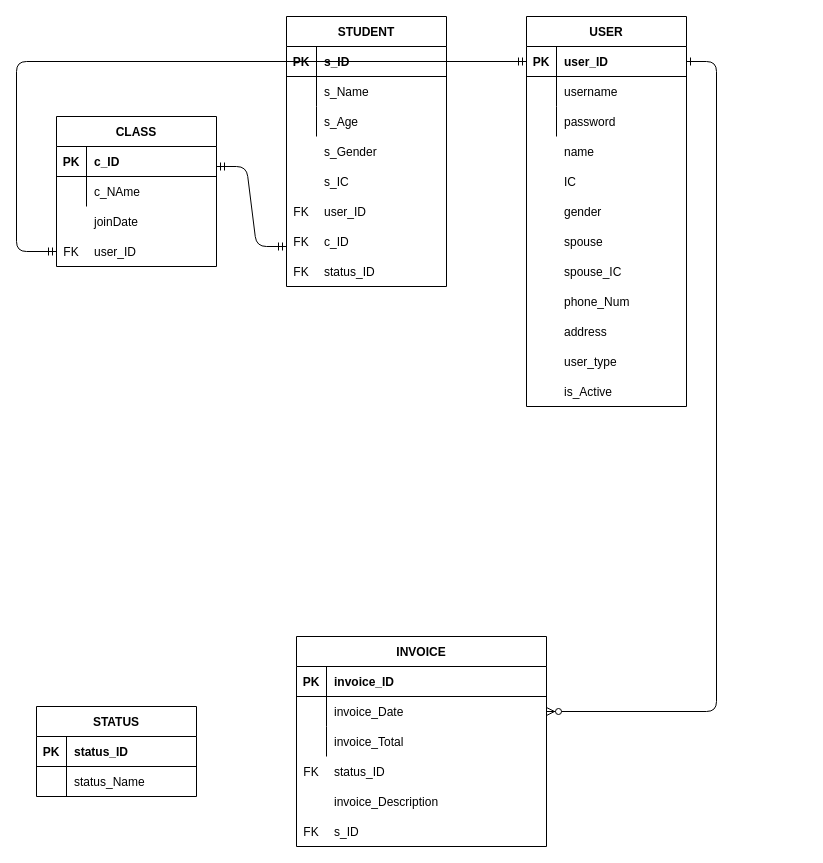
This is Untitled Diagram.drawio from aqilanwar/kindergarten, a draw.io file, before an edit. Source tidied: cells renumbered, new cells numbered last; positions are measured from the earlier drawing's top-left corner, leaving out a move shared by most shapes. Both pictures are drawn from the tidied source at 100%, with x=0, y=0 at pixel (16, 16).
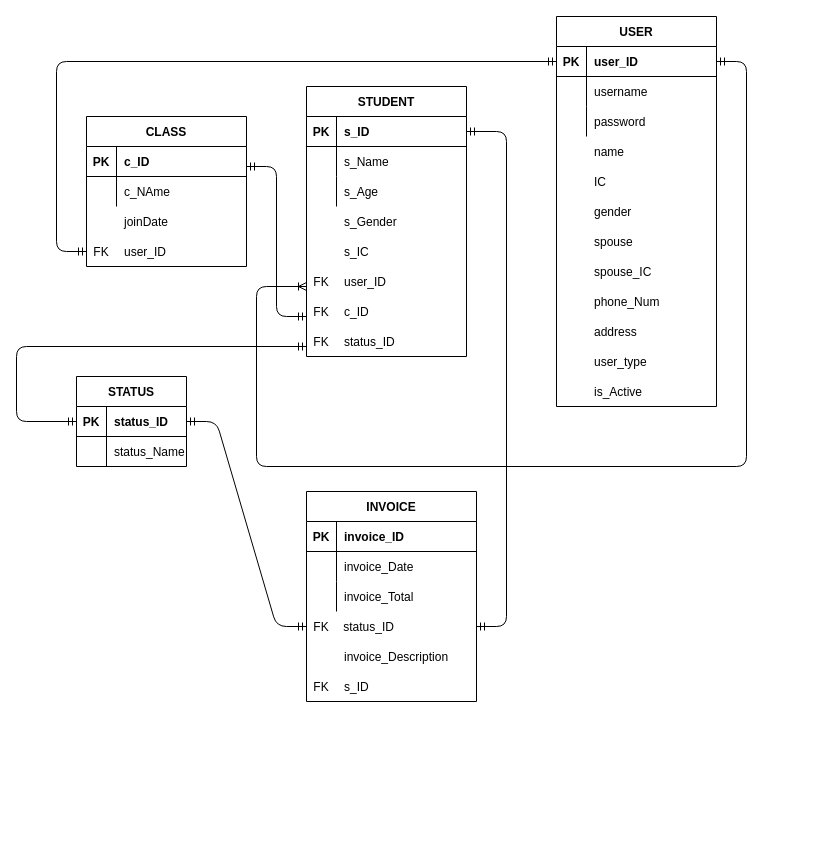
Above is the later version.

The change refers to these unchanged cells:
```xml
<mxCell id="4" style="shape=partialRectangle;fillColor=none;points=[[0,0.5],[1,0.5]];portConstraint=eastwest;top=0;left=0;right=0;bottom=1;" parent="3" vertex="1">
  <mxGeometry y="30" width="160" height="30" as="geometry" />
</mxCell>
<mxCell id="54" style="shape=partialRectangle;fillColor=none;points=[[0,0.5],[1,0.5]];portConstraint=eastwest;top=0;left=0;right=0;bottom=1;" parent="53" vertex="1">
  <mxGeometry y="30" width="160" height="30" as="geometry" />
</mxCell>
```

Change to the diagram source:
```diff
@@
-    <mxCell id="2" style="edgeStyle=entityRelationEdgeStyle;endArrow=ERzeroToMany;startArrow=ERone;endFill=1;startFill=0;" parent="1" edge="1" source="4" target="17">
-      <mxGeometry relative="1" as="geometry" />
-    </mxCell>
     <mxCell id="3" value="USER" style="shape=table;startSize=30;childLayout=tableLayout;rowLines=0;fontStyle=1;align=center;" parent="1" vertex="1">
-      <mxGeometry x="510" width="160" height="390" as="geometry" />
+      <mxGeometry x="540" width="160" height="390" as="geometry" />
     </mxCell>
@@
     <mxCell id="13" value="INVOICE" style="shape=table;startSize=30;childLayout=tableLayout;rowLines=0;fontStyle=1;align=center;" parent="1" vertex="1">
-      <mxGeometry x="280" y="620" width="250" height="210" as="geometry" />
+      <mxGeometry x="290" y="475" width="170" height="210" as="geometry" />
     </mxCell>
     <mxCell id="14" style="shape=partialRectangle;fillColor=none;top=0;left=0;right=0;bottom=1;" parent="13" vertex="1">
-      <mxGeometry y="30" width="250" height="30" as="geometry" />
+      <mxGeometry y="30" width="170" height="30" as="geometry" />
     </mxCell>
@@
     <mxCell id="16" value="invoice_ID" style="shape=partialRectangle;overflow=hidden;fillColor=none;top=0;left=0;bottom=0;right=0;align=left;spacingLeft=6;fontStyle=1;" parent="14" vertex="1">
-      <mxGeometry x="30" width="220" height="30" as="geometry" />
+      <mxGeometry x="30" width="140" height="30" as="geometry" />
     </mxCell>
     <mxCell id="17" style="shape=partialRectangle;fillColor=none;points=[[0,0.5],[1,0.5]];portConstraint=eastwest;top=0;left=0;right=0;bottom=0;" parent="13" vertex="1">
-      <mxGeometry y="60" width="250" height="30" as="geometry" />
+      <mxGeometry y="60" width="170" height="30" as="geometry" />
     </mxCell>
@@
     <mxCell id="19" value="invoice_Date" style="shape=partialRectangle;overflow=hidden;fillColor=none;top=0;left=0;bottom=0;right=0;align=left;spacingLeft=6;" parent="17" vertex="1">
-      <mxGeometry x="30" width="220" height="30" as="geometry" />
+      <mxGeometry x="30" width="140" height="30" as="geometry" />
     </mxCell>
     <mxCell id="20" style="shape=partialRectangle;fillColor=none;top=0;left=0;right=0;bottom=0;" parent="13" vertex="1">
-      <mxGeometry y="90" width="250" height="30" as="geometry" />
+      <mxGeometry y="90" width="170" height="30" as="geometry" />
     </mxCell>
@@
     <mxCell id="22" value="invoice_Total" style="shape=partialRectangle;overflow=hidden;fillColor=none;top=0;left=0;bottom=0;right=0;align=left;spacingLeft=6;" parent="20" vertex="1">
-      <mxGeometry x="30" width="220" height="30" as="geometry" />
+      <mxGeometry x="30" width="140" height="30" as="geometry" />
     </mxCell>
     <mxCell id="23" value="CLASS" style="shape=table;startSize=30;childLayout=tableLayout;rowLines=0;fontStyle=1;align=center;" parent="1" vertex="1">
-      <mxGeometry x="40" y="100" width="160" height="150" as="geometry" />
+      <mxGeometry x="70" y="100" width="160" height="150" as="geometry" />
     </mxCell>
@@
     <mxCell id="30" value="joinDate" style="shape=partialRectangle;overflow=hidden;fillColor=none;top=0;left=0;bottom=0;right=0;align=left;spacingLeft=6;" parent="1" vertex="1">
-      <mxGeometry x="70" y="190" width="220" height="30" as="geometry" />
+      <mxGeometry x="100" y="190" width="220" height="30" as="geometry" />
     </mxCell>
     <mxCell id="31" value="user_ID" style="shape=partialRectangle;overflow=hidden;fillColor=none;top=0;left=0;bottom=0;right=0;align=left;spacingLeft=6;" parent="1" vertex="1">
-      <mxGeometry x="70" y="220" width="220" height="30" as="geometry" />
+      <mxGeometry x="100" y="220" width="220" height="30" as="geometry" />
     </mxCell>
     <mxCell id="32" value="FK" style="shape=partialRectangle;overflow=hidden;fillColor=none;top=0;left=0;bottom=0;right=0;fontStyle=0;" parent="1" vertex="1">
-      <mxGeometry x="40" y="220" width="30" height="30" as="geometry" />
+      <mxGeometry x="70" y="220" width="30" height="30" as="geometry" />
     </mxCell>
     <mxCell id="33" value="name" style="shape=partialRectangle;overflow=hidden;fillColor=none;top=0;left=0;bottom=0;right=0;align=left;spacingLeft=6;" parent="1" vertex="1">
-      <mxGeometry x="540" y="120" width="220" height="30" as="geometry" />
+      <mxGeometry x="570" y="120" width="130" height="30" as="geometry" />
     </mxCell>
     <mxCell id="34" value="IC" style="shape=partialRectangle;overflow=hidden;fillColor=none;top=0;left=0;bottom=0;right=0;align=left;spacingLeft=6;" parent="1" vertex="1">
-      <mxGeometry x="540" y="150" width="220" height="30" as="geometry" />
+      <mxGeometry x="570" y="150" width="220" height="30" as="geometry" />
     </mxCell>
     <mxCell id="35" value="gender" style="shape=partialRectangle;overflow=hidden;fillColor=none;top=0;left=0;bottom=0;right=0;align=left;spacingLeft=6;" parent="1" vertex="1">
-      <mxGeometry x="540" y="180" width="220" height="30" as="geometry" />
+      <mxGeometry x="570" y="180" width="130" height="30" as="geometry" />
     </mxCell>
     <mxCell id="36" value="spouse" style="shape=partialRectangle;overflow=hidden;fillColor=none;top=0;left=0;bottom=0;right=0;align=left;spacingLeft=6;" parent="1" vertex="1">
-      <mxGeometry x="540" y="210" width="220" height="30" as="geometry" />
+      <mxGeometry x="570" y="210" width="110" height="30" as="geometry" />
     </mxCell>
     <mxCell id="37" value="spouse_IC" style="shape=partialRectangle;overflow=hidden;fillColor=none;top=0;left=0;bottom=0;right=0;align=left;spacingLeft=6;" parent="1" vertex="1">
-      <mxGeometry x="540" y="240" width="220" height="30" as="geometry" />
+      <mxGeometry x="570" y="240" width="130" height="30" as="geometry" />
     </mxCell>
     <mxCell id="38" value="phone_Num" style="shape=partialRectangle;overflow=hidden;fillColor=none;top=0;left=0;bottom=0;right=0;align=left;spacingLeft=6;" parent="1" vertex="1">
-      <mxGeometry x="540" y="270" width="220" height="30" as="geometry" />
+      <mxGeometry x="570" y="270" width="130" height="30" as="geometry" />
     </mxCell>
     <mxCell id="39" value="address" style="shape=partialRectangle;overflow=hidden;fillColor=none;top=0;left=0;bottom=0;right=0;align=left;spacingLeft=6;" parent="1" vertex="1">
-      <mxGeometry x="540" y="300" width="220" height="30" as="geometry" />
+      <mxGeometry x="570" y="300" width="220" height="30" as="geometry" />
     </mxCell>
     <mxCell id="40" value="user_type" style="shape=partialRectangle;overflow=hidden;fillColor=none;top=0;left=0;bottom=0;right=0;align=left;spacingLeft=6;" parent="1" vertex="1">
-      <mxGeometry x="540" y="330" width="220" height="30" as="geometry" />
+      <mxGeometry x="570" y="330" width="130" height="30" as="geometry" />
     </mxCell>
     <mxCell id="41" value="is_Active" style="shape=partialRectangle;overflow=hidden;fillColor=none;top=0;left=0;bottom=0;right=0;align=left;spacingLeft=6;" parent="1" vertex="1">
-      <mxGeometry x="540" y="360" width="220" height="30" as="geometry" />
+      <mxGeometry x="570" y="360" width="130" height="30" as="geometry" />
     </mxCell>
     <mxCell id="42" style="shape=partialRectangle;fillColor=none;points=[[0,0.5],[1,0.5]];portConstraint=eastwest;top=0;left=0;right=0;bottom=0;" parent="1" vertex="1">
-      <mxGeometry x="280" y="740" width="250" height="30" as="geometry" />
+      <mxGeometry x="300" y="595" width="160" height="30" as="geometry" />
     </mxCell>
     <mxCell id="43" style="shape=partialRectangle;overflow=hidden;fillColor=none;top=0;left=0;bottom=0;right=0;" parent="42" vertex="1">
-      <mxGeometry width="30" height="30" as="geometry" />
+      <mxGeometry width="19.2" height="30" as="geometry" />
     </mxCell>
     <mxCell id="44" value="status_ID" style="shape=partialRectangle;overflow=hidden;fillColor=none;top=0;left=0;bottom=0;right=0;align=left;spacingLeft=6;" parent="42" vertex="1">
-      <mxGeometry x="30" width="220" height="30" as="geometry" />
+      <mxGeometry x="19.2" width="140.8" height="30" as="geometry" />
     </mxCell>
     <mxCell id="45" style="shape=partialRectangle;fillColor=none;top=0;left=0;right=0;bottom=0;" parent="1" vertex="1">
-      <mxGeometry x="280" y="770" width="250" height="30" as="geometry" />
+      <mxGeometry x="290" y="625" width="250" height="30" as="geometry" />
     </mxCell>
@@
     <mxCell id="48" style="shape=partialRectangle;fillColor=none;top=0;left=0;right=0;bottom=0;" parent="1" vertex="1">
-      <mxGeometry x="280" y="800" width="250" height="30" as="geometry" />
+      <mxGeometry x="290" y="655" width="250" height="30" as="geometry" />
     </mxCell>
@@
     <mxCell id="51" value="FK" style="shape=partialRectangle;overflow=hidden;fillColor=none;top=0;left=0;bottom=0;right=0;" parent="1" vertex="1">
-      <mxGeometry x="280" y="800" width="30" height="30" as="geometry" />
+      <mxGeometry x="290" y="655" width="30" height="30" as="geometry" />
     </mxCell>
     <mxCell id="52" value="FK" style="shape=partialRectangle;overflow=hidden;fillColor=none;top=0;left=0;bottom=0;right=0;" parent="1" vertex="1">
-      <mxGeometry x="280" y="740" width="30" height="30" as="geometry" />
+      <mxGeometry x="290" y="595" width="30" height="30" as="geometry" />
     </mxCell>
     <mxCell id="53" value="STUDENT" style="shape=table;startSize=30;childLayout=tableLayout;rowLines=0;fontStyle=1;align=center;" parent="1" vertex="1">
-      <mxGeometry x="270" width="160" height="270" as="geometry" />
+      <mxGeometry x="290" y="70" width="160" height="270" as="geometry" />
     </mxCell>
@@
     <mxCell id="63" value="s_Gender" style="shape=partialRectangle;overflow=hidden;fillColor=none;top=0;left=0;bottom=0;right=0;align=left;spacingLeft=6;" parent="1" vertex="1">
-      <mxGeometry x="300" y="120" width="130" height="30" as="geometry" />
+      <mxGeometry x="320" y="190" width="130" height="30" as="geometry" />
     </mxCell>
     <mxCell id="64" value="s_IC" style="shape=partialRectangle;overflow=hidden;fillColor=none;top=0;left=0;bottom=0;right=0;align=left;spacingLeft=6;" parent="1" vertex="1">
-      <mxGeometry x="300" y="150" width="130" height="30" as="geometry" />
+      <mxGeometry x="320" y="220" width="130" height="30" as="geometry" />
     </mxCell>
     <mxCell id="65" value="user_ID" style="shape=partialRectangle;overflow=hidden;fillColor=none;top=0;left=0;bottom=0;right=0;align=left;spacingLeft=6;" parent="1" vertex="1">
-      <mxGeometry x="300" y="180" width="220" height="30" as="geometry" />
+      <mxGeometry x="320" y="250" width="220" height="30" as="geometry" />
     </mxCell>
     <mxCell id="66" value="c_ID" style="shape=partialRectangle;overflow=hidden;fillColor=none;top=0;left=0;bottom=0;right=0;align=left;spacingLeft=6;" parent="1" vertex="1">
-      <mxGeometry x="300" y="210" width="220" height="30" as="geometry" />
+      <mxGeometry x="320" y="280" width="220" height="30" as="geometry" />
     </mxCell>
     <mxCell id="67" value="status_ID" style="shape=partialRectangle;overflow=hidden;fillColor=none;top=0;left=0;bottom=0;right=0;align=left;spacingLeft=6;" parent="1" vertex="1">
-      <mxGeometry x="300" y="240" width="220" height="30" as="geometry" />
+      <mxGeometry x="320" y="310" width="220" height="30" as="geometry" />
     </mxCell>
     <mxCell id="68" value="FK" style="shape=partialRectangle;overflow=hidden;fillColor=none;top=0;left=0;bottom=0;right=0;" parent="1" vertex="1">
-      <mxGeometry x="270" y="240" width="30" height="30" as="geometry" />
+      <mxGeometry x="290" y="310" width="30" height="30" as="geometry" />
     </mxCell>
     <mxCell id="69" value="FK" style="shape=partialRectangle;overflow=hidden;fillColor=none;top=0;left=0;bottom=0;right=0;" parent="1" vertex="1">
-      <mxGeometry x="270" y="180" width="30" height="30" as="geometry" />
+      <mxGeometry x="290" y="250" width="30" height="30" as="geometry" />
     </mxCell>
     <mxCell id="70" value="FK" style="shape=partialRectangle;overflow=hidden;fillColor=none;top=0;left=0;bottom=0;right=0;" parent="1" vertex="1">
-      <mxGeometry x="270" y="210" width="30" height="30" as="geometry" />
+      <mxGeometry x="290" y="280" width="30" height="30" as="geometry" />
     </mxCell>
     <mxCell id="71" value="STATUS" style="shape=table;startSize=30;childLayout=tableLayout;rowLines=0;fontStyle=1;align=center;" parent="1" vertex="1">
-      <mxGeometry x="20" y="690" width="160" height="90" as="geometry" />
+      <mxGeometry x="60" y="360" width="110" height="90" as="geometry" />
     </mxCell>
     <mxCell id="72" style="shape=partialRectangle;fillColor=none;points=[[0,0.5],[1,0.5]];portConstraint=eastwest;top=0;left=0;right=0;bottom=1;" parent="71" vertex="1">
-      <mxGeometry y="30" width="160" height="30" as="geometry" />
+      <mxGeometry y="30" width="110" height="30" as="geometry" />
     </mxCell>
@@
     <mxCell id="74" value="status_ID" style="shape=partialRectangle;overflow=hidden;fillColor=none;top=0;left=0;bottom=0;right=0;align=left;spacingLeft=6;fontStyle=1;" parent="72" vertex="1">
-      <mxGeometry x="30" width="130" height="30" as="geometry" />
+      <mxGeometry x="30" width="80" height="30" as="geometry" />
     </mxCell>
     <mxCell id="75" style="shape=partialRectangle;fillColor=none;top=0;left=0;right=0;bottom=0;" parent="71" vertex="1">
-      <mxGeometry y="60" width="160" height="30" as="geometry" />
+      <mxGeometry y="60" width="110" height="30" as="geometry" />
     </mxCell>
@@
     <mxCell id="77" value="status_Name" style="shape=partialRectangle;overflow=hidden;fillColor=none;top=0;left=0;bottom=0;right=0;align=left;spacingLeft=6;" parent="75" vertex="1">
-      <mxGeometry x="30" width="130" height="30" as="geometry" />
+      <mxGeometry x="30" width="80" height="30" as="geometry" />
     </mxCell>
-    <mxCell id="78" style="edgeStyle=entityRelationEdgeStyle;fontSize=12;html=1;endArrow=ERmandOne;startArrow=ERmandOne;" parent="1" edge="1">
+    <mxCell id="78" style="edgeStyle=orthogonalEdgeStyle;fontSize=12;html=1;endArrow=ERmandOne;startArrow=ERmandOne;" parent="1" edge="1">
       <mxGeometry relative="1" as="geometry">
-        <mxPoint x="200" y="150" as="sourcePoint" />
-        <mxPoint x="270" y="230" as="targetPoint" />
+        <mxPoint x="230" y="150" as="sourcePoint" />
+        <mxPoint x="290" y="300" as="targetPoint" />
+        <Array as="points">
+          <mxPoint x="260" y="150" />
+          <mxPoint x="260" y="300" />
+        </Array>
       </mxGeometry>
     </mxCell>
     <mxCell id="79" style="edgeStyle=elbowEdgeStyle;fontSize=12;html=1;endArrow=ERmandOne;startArrow=ERmandOne;exitX=0;exitY=0.5;exitDx=0;exitDy=0;" parent="1" edge="1" source="4">
       <mxGeometry relative="1" as="geometry">
-        <mxPoint x="40" y="235" as="targetPoint" />
+        <mxPoint x="70" y="235" as="targetPoint" />
         <Array as="points">
-          <mxPoint y="50" />
-          <mxPoint x="50" y="80" />
-          <mxPoint x="10" y="10" />
+          <mxPoint x="40" y="70" />
+          <mxPoint x="250" y="330" />
+          <mxPoint x="510" y="340" />
+          <mxPoint x="40" y="30" />
         </Array>
       </mxGeometry>
     </mxCell>
+    <mxCell id="80" style="edgeStyle=orthogonalEdgeStyle;fontSize=12;html=1;endArrow=ERoneToMany;startArrow=ERmandOne;exitX=1;exitY=0.5;exitDx=0;exitDy=0;" parent="1" edge="1" source="4">
+      <mxGeometry relative="1" as="geometry">
+        <mxPoint x="290" y="270" as="targetPoint" />
+        <Array as="points">
+          <mxPoint x="730" y="45" />
+          <mxPoint x="730" y="450" />
+          <mxPoint x="240" y="450" />
+          <mxPoint x="240" y="270" />
+        </Array>
+      </mxGeometry>
+    </mxCell>
+    <mxCell id="81" style="edgeStyle=orthogonalEdgeStyle;fontSize=12;html=1;endArrow=ERmandOne;startArrow=ERmandOne;exitX=0;exitY=0.5;exitDx=0;exitDy=0;" parent="1" edge="1" source="72">
+      <mxGeometry relative="1" as="geometry">
+        <mxPoint x="290" y="330" as="targetPoint" />
+        <Array as="points">
+          <mxPoint y="405" />
+          <mxPoint y="330" />
+        </Array>
+      </mxGeometry>
+    </mxCell>
+    <mxCell id="82" style="edgeStyle=entityRelationEdgeStyle;fontSize=12;html=1;endArrow=ERmandOne;startArrow=ERmandOne;exitX=1;exitY=0.5;exitDx=0;exitDy=0;" parent="1" edge="1" source="72">
+      <mxGeometry relative="1" as="geometry">
+        <mxPoint x="290" y="610" as="targetPoint" />
+      </mxGeometry>
+    </mxCell>
+    <mxCell id="83" style="edgeStyle=entityRelationEdgeStyle;fontSize=12;html=1;endArrow=ERmandOne;startArrow=ERmandOne;" parent="1" edge="1" source="42" target="54">
+      <mxGeometry relative="1" as="geometry" />
+    </mxCell>
```
